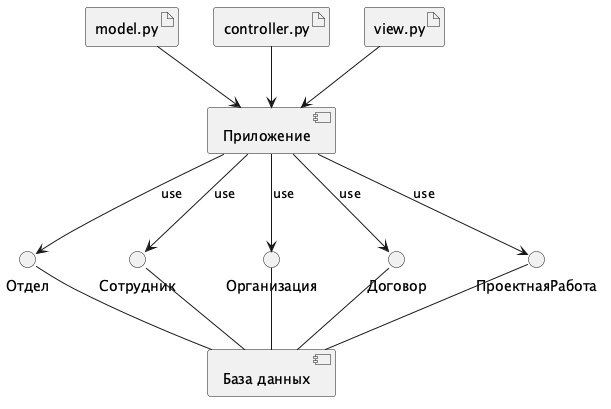
Before: 1 семестр/lab07-component-deploy/src/component.png, a diagram exported from PlantUML (olegstiv/kravchuk.o).
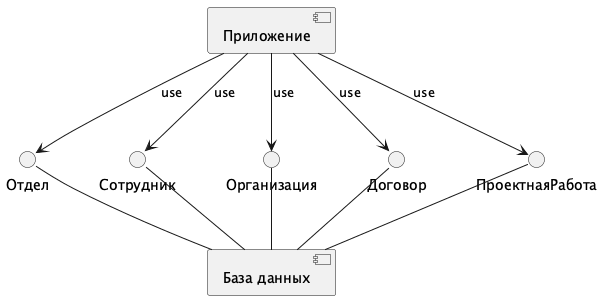
The same diagram one commit later.

What changed in the source:
```diff
@@ -14,12 +14,4 @@
 Организация -- [База данных]
 Договор -- [База данных]
 ПроектнаяРабота -- [База данных]
-
-artifact model.py
-artifact controller.py
-artifact view.py
-
-model.py --> Приложение
-controller.py --> Приложение
-view.py --> Приложение
 @enduml
```
